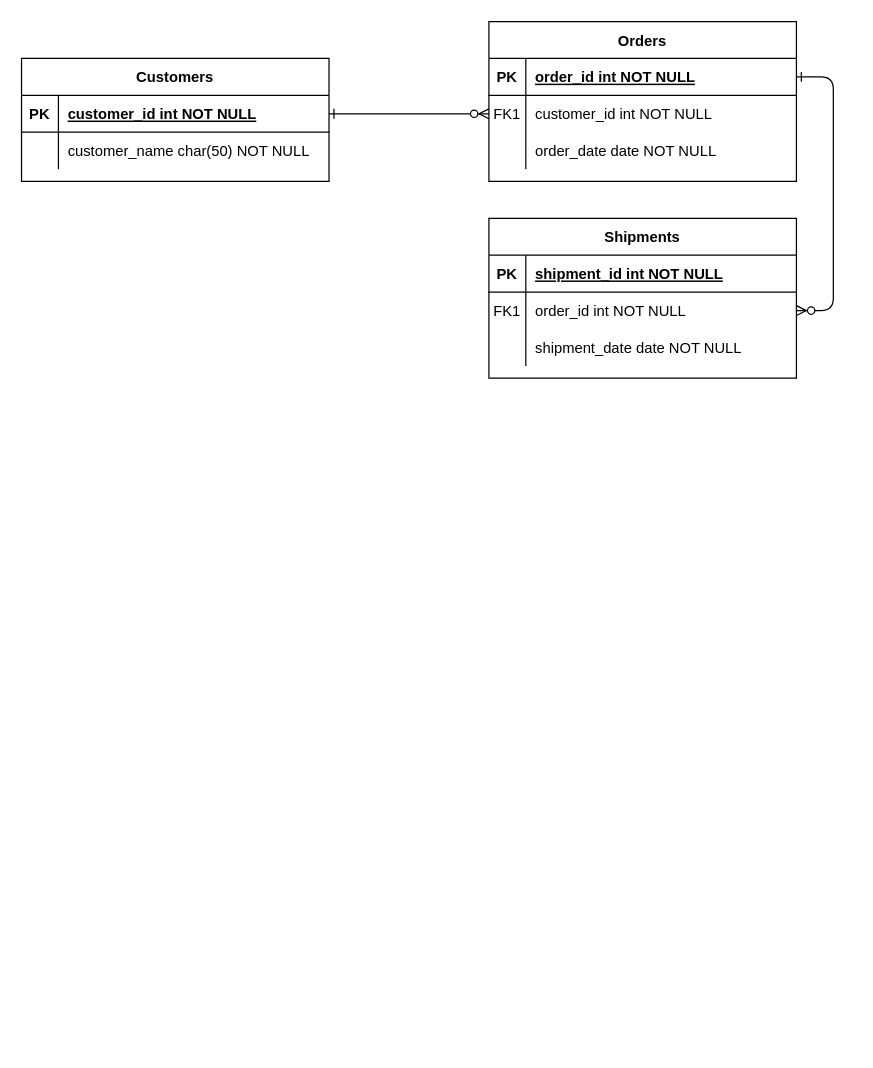
Above: page "Template" (1 of 7) of ERD.drawio in santanamnaa/drawio (draw.io), before the change. Source tidied: cells renumbered, new cells numbered last; positions are measured from the earlier drawing's top-left corner, leaving out a move shared by most shapes. Both pictures are drawn from the tidied source at 123%, with x=0, y=0 at pixel (21, 21).
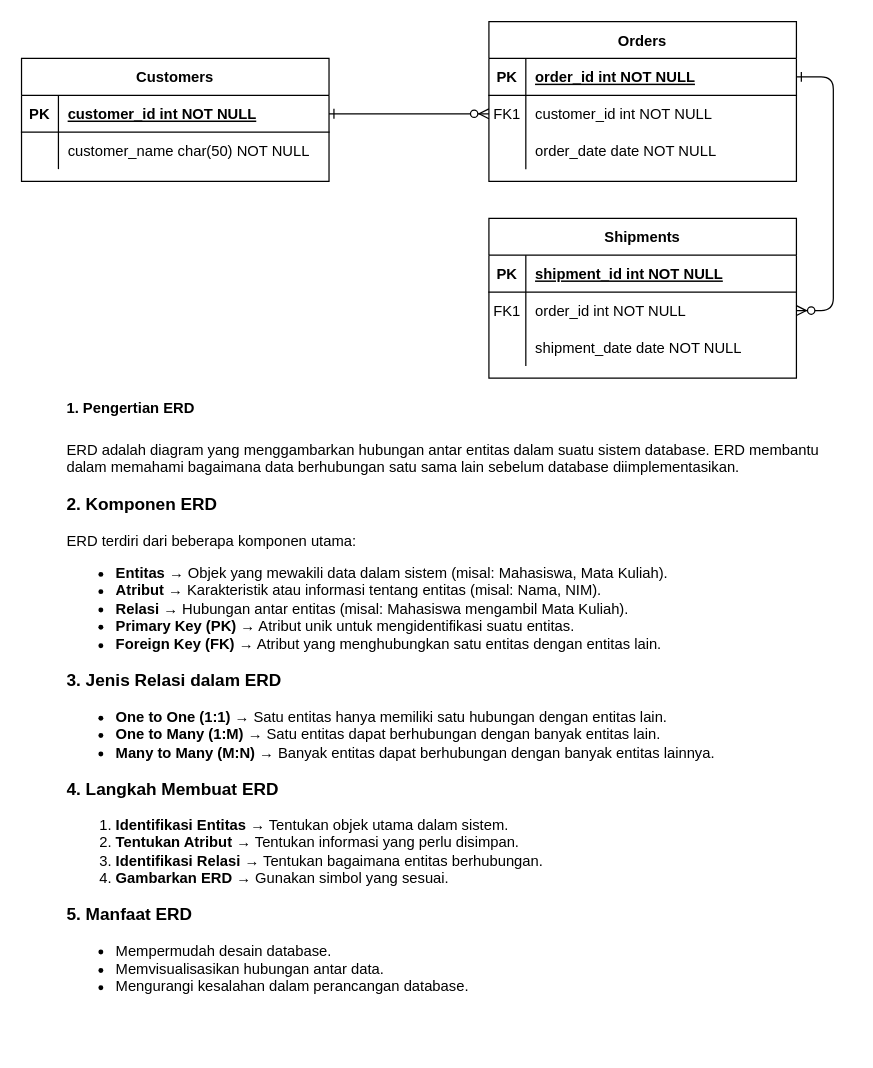
The same page after the edit.

Change to the diagram source:
```diff
@@
+    <mxCell id="31" value="&lt;h1 style=&quot;margin-top: 0px;&quot;&gt;&lt;strong style=&quot;background-color: transparent; color: light-dark(rgb(0, 0, 0), rgb(255, 255, 255)); font-size: 12px;&quot;&gt;1. Pengertian ERD&lt;/strong&gt;&lt;/h1&gt;&lt;p&gt;ERD adalah diagram yang menggambarkan hubungan antar entitas dalam suatu sistem database. ERD membantu dalam memahami bagaimana data berhubungan satu sama lain sebelum database diimplementasikan.&lt;/p&gt;&lt;h3&gt;&lt;strong&gt;2. Komponen ERD&lt;/strong&gt;&lt;/h3&gt;&lt;p&gt;ERD terdiri dari beberapa komponen utama:&lt;/p&gt;&lt;ul&gt;&lt;li&gt;&lt;strong&gt;Entitas&lt;/strong&gt; → Objek yang mewakili data dalam sistem (misal: Mahasiswa, Mata Kuliah).&lt;/li&gt;&lt;li&gt;&lt;strong&gt;Atribut&lt;/strong&gt; → Karakteristik atau informasi tentang entitas (misal: Nama, NIM).&lt;/li&gt;&lt;li&gt;&lt;strong&gt;Relasi&lt;/strong&gt; → Hubungan antar entitas (misal: Mahasiswa mengambil Mata Kuliah).&lt;/li&gt;&lt;li&gt;&lt;strong&gt;Primary Key (PK)&lt;/strong&gt; → Atribut unik untuk mengidentifikasi suatu entitas.&lt;/li&gt;&lt;li&gt;&lt;strong&gt;Foreign Key (FK)&lt;/strong&gt; → Atribut yang menghubungkan satu entitas dengan entitas lain.&lt;/li&gt;&lt;/ul&gt;&lt;h3&gt;&lt;strong&gt;3. Jenis Relasi dalam ERD&lt;/strong&gt;&lt;/h3&gt;&lt;ul&gt;&lt;li&gt;&lt;strong&gt;One to One (1:1)&lt;/strong&gt; → Satu entitas hanya memiliki satu hubungan dengan entitas lain.&lt;/li&gt;&lt;li&gt;&lt;strong&gt;One to Many (1:M)&lt;/strong&gt; → Satu entitas dapat berhubungan dengan banyak entitas lain.&lt;/li&gt;&lt;li&gt;&lt;strong&gt;Many to Many (M:N)&lt;/strong&gt; → Banyak entitas dapat berhubungan dengan banyak entitas lainnya.&lt;/li&gt;&lt;/ul&gt;&lt;h3&gt;&lt;strong&gt;4. Langkah Membuat ERD&lt;/strong&gt;&lt;/h3&gt;&lt;ol&gt;&lt;li&gt;&lt;strong&gt;Identifikasi Entitas&lt;/strong&gt; → Tentukan objek utama dalam sistem.&lt;/li&gt;&lt;li&gt;&lt;strong&gt;Tentukan Atribut&lt;/strong&gt; → Tentukan informasi yang perlu disimpan.&lt;/li&gt;&lt;li&gt;&lt;strong&gt;Identifikasi Relasi&lt;/strong&gt; → Tentukan bagaimana entitas berhubungan.&lt;/li&gt;&lt;li&gt;&lt;strong&gt;Gambarkan ERD&lt;/strong&gt; → Gunakan simbol yang sesuai.&lt;/li&gt;&lt;/ol&gt;&lt;h3&gt;&lt;strong&gt;5. Manfaat ERD&lt;/strong&gt;&lt;/h3&gt;&lt;ul&gt;&lt;li&gt;Mempermudah desain database.&lt;/li&gt;&lt;li&gt;Memvisualisasikan hubungan antar data.&lt;/li&gt;&lt;li&gt;Mengurangi kesalahan dalam perancangan database.&lt;/li&gt;&lt;/ul&gt;" style="text;html=1;whiteSpace=wrap;overflow=hidden;rounded=0;" parent="1" vertex="1">
+      <mxGeometry x="35" y="290" width="640" height="540" as="geometry" />
+    </mxCell>
```
